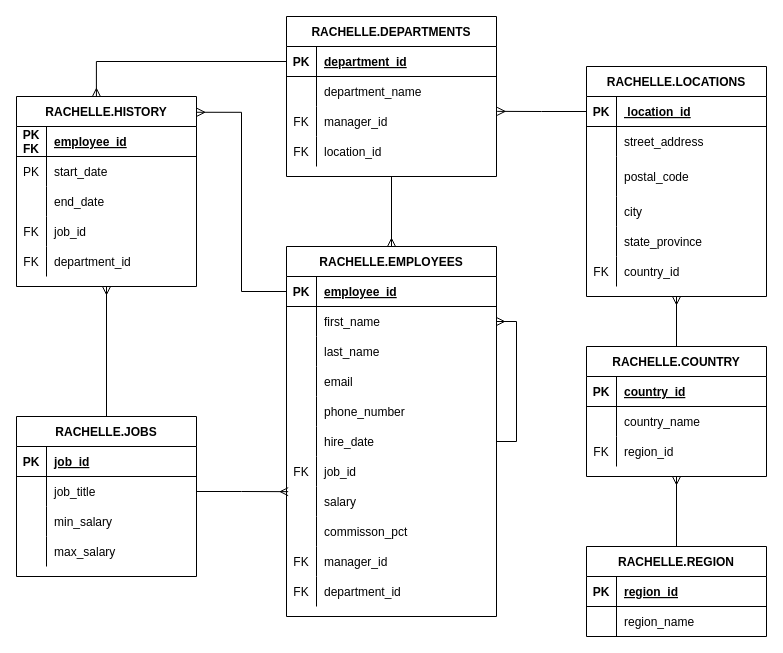
RachelleBadua/ERDs-with-draw.io keeps this draw.io diagram as ERDs Diagram.drawio. Above is the earlier version. Source tidied: cells renumbered, new cells numbered last; positions are measured from the earlier drawing's top-left corner, leaving out a move shared by most shapes. Both pictures are drawn from the tidied source at 100%, with x=0, y=0 at pixel (16, 16).
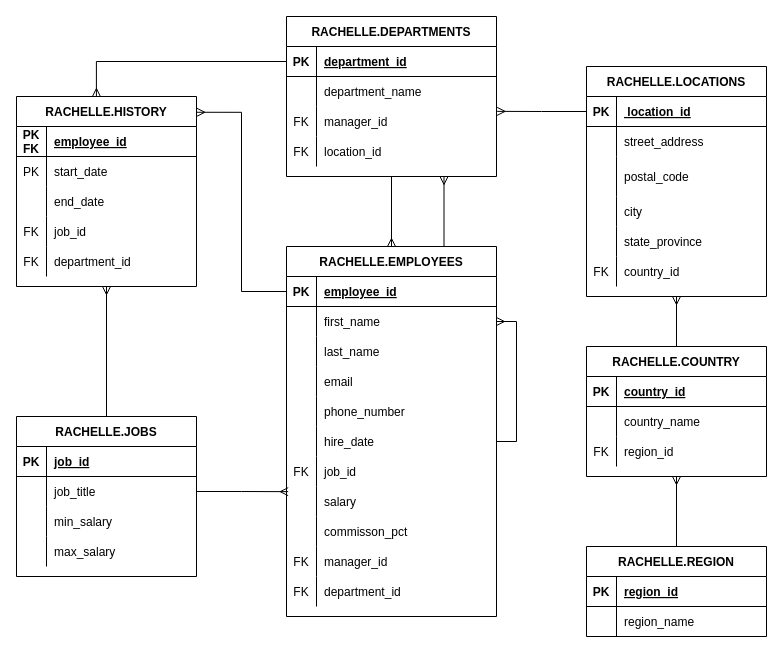
The same page after the edit.

Unchanged cells that the change refers to:
```xml
<mxCell id="43" value="RACHELLE.DEPARTMENTS" style="shape=table;startSize=30;childLayout=tableLayout;rowLines=0;fontStyle=1;align=center;" parent="1" vertex="1">
  <mxGeometry x="270" width="210" height="160" as="geometry" />
</mxCell>
<mxCell id="56" value="RACHELLE.EMPLOYEES" style="shape=table;startSize=30;childLayout=tableLayout;rowLines=0;fontStyle=1;align=center;" parent="1" vertex="1">
  <mxGeometry x="270" y="230" width="210" height="370" as="geometry" />
</mxCell>
```

What changed in the source:
```diff
@@
+    <mxCell id="125" style="edgeStyle=orthogonalEdgeStyle;rounded=0;jettySize=auto;html=1;exitX=0.75;exitY=0;exitDx=0;exitDy=0;entryX=0.75;entryY=1;entryDx=0;entryDy=0;endArrow=ERmany;endFill=0;" parent="1" edge="1" source="56" target="43">
+      <mxGeometry relative="1" as="geometry" />
+    </mxCell>
```
